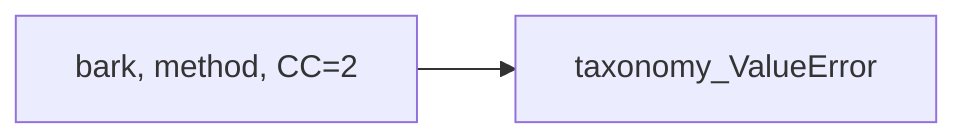
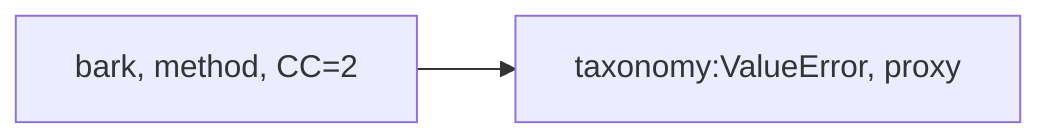
flowchart LR
    taxonomy_Dog_bark["bark, method, CC=2"]
-     taxonomy_Dog_bark --> taxonomy_ValueError
+     proxy_unresolved_taxonomy_ValueError["taxonomy:ValueError, proxy"]
+     taxonomy_Dog_bark --> proxy_unresolved_taxonomy_ValueError
